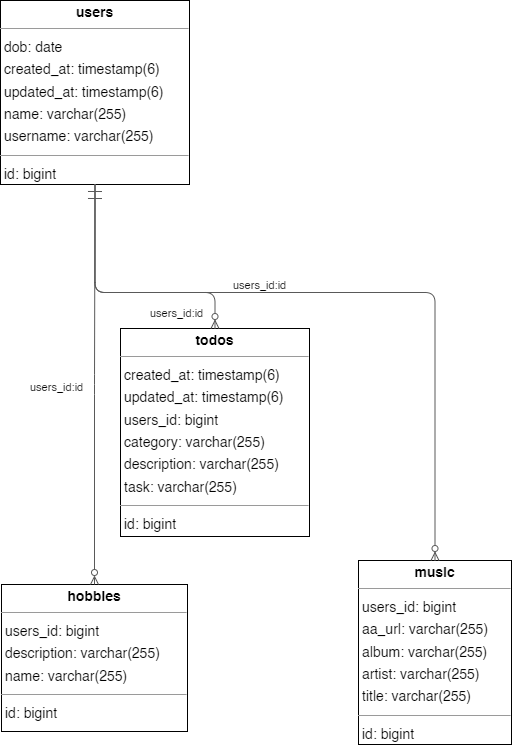
Before: personal-website-frontend/src/assets/personalwebsite@localhost.drawio.png, a diagram exported from draw.io (krispybataa/personal-website). Source tidied: cells renumbered, new cells last; positions are measured from the earlier drawing's top-left corner, leaving out a move shared by most shapes.
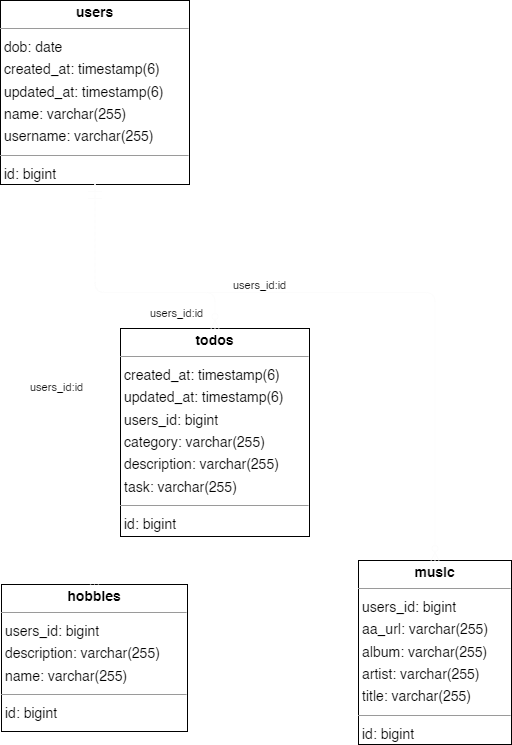
Above is the later version.

Diff of the diagram source:
```diff
@@ -14,13 +14,13 @@
     <mxCell id="5" value="&lt;p style=&quot;margin:0px;margin-top:4px;text-align:center;&quot;&gt;&lt;b&gt;users&lt;/b&gt;&lt;/p&gt;&lt;hr size=&quot;1&quot;/&gt;&lt;p style=&quot;margin:0 0 0 4px;line-height:1.6;&quot;&gt; dob: date&lt;br/&gt; created_at: timestamp(6)&lt;br/&gt; updated_at: timestamp(6)&lt;br/&gt; name: varchar(255)&lt;br/&gt; username: varchar(255)&lt;/p&gt;&lt;hr size=&quot;1&quot;/&gt;&lt;p style=&quot;margin:0 0 0 4px;line-height:1.6;&quot;&gt; id: bigint&lt;/p&gt;" style="verticalAlign=top;align=left;overflow=fill;fontSize=14;fontFamily=Helvetica;html=1;rounded=0;shadow=0;comic=0;labelBackgroundColor=none;strokeWidth=1;" parent="1" vertex="1">
       <mxGeometry width="189" height="184" as="geometry" />
     </mxCell>
-    <mxCell id="6" style="html=1;rounded=1;edgeStyle=orthogonalEdgeStyle;dashed=0;startArrow=ERzeroToMany;endArrow=ERmandOne;endSize=12;strokeColor=#595959;exitX=0.500;exitY=0.000;exitDx=0;exitDy=0;entryX=0.500;entryY=1.000;entryDx=0;entryDy=0;endFill=0;startFill=0;" parent="1" edge="1" source="2" target="5">
+    <mxCell id="6" style="html=1;rounded=1;edgeStyle=orthogonalEdgeStyle;dashed=0;startArrow=ERzeroToMany;endArrow=ERmandOne;endSize=12;strokeColor=#FFFFFF;exitX=0.500;exitY=0.000;exitDx=0;exitDy=0;entryX=0.500;entryY=1.000;entryDx=0;entryDy=0;endFill=0;startFill=0;" parent="1" edge="1" source="2" target="5">
       <mxGeometry relative="1" as="geometry" />
     </mxCell>
     <mxCell id="7" value="users_id:id" style="edgeLabel;html=1;align=left;verticalAlign=top;strokeColor=default;" parent="6" vertex="1">
       <mxGeometry x="-87" y="269" as="geometry" />
     </mxCell>
-    <mxCell id="8" style="html=1;rounded=1;edgeStyle=orthogonalEdgeStyle;dashed=0;startArrow=ERzeroToMany;endArrow=ERmandOne;endSize=12;strokeColor=#595959;exitX=0.500;exitY=0.000;exitDx=0;exitDy=0;entryX=0.500;entryY=1.000;entryDx=0;entryDy=0;startFill=0;endFill=0;" parent="1" edge="1" source="3" target="5">
+    <mxCell id="8" style="html=1;rounded=1;edgeStyle=orthogonalEdgeStyle;dashed=0;startArrow=ERzeroToMany;endArrow=ERmandOne;endSize=12;strokeColor=#FCFCFC;exitX=0.500;exitY=0.000;exitDx=0;exitDy=0;entryX=0.500;entryY=1.000;entryDx=0;entryDy=0;startFill=0;endFill=0;" parent="1" edge="1" source="3" target="5">
       <mxGeometry relative="1" as="geometry">
         <Array as="points">
           <mxPoint x="434" y="292" />
@@ -31,7 +31,7 @@
     <mxCell id="9" value="users_id:id" style="edgeLabel;html=1;align=left;verticalAlign=top;strokeColor=default;" parent="8" vertex="1">
       <mxGeometry x="116" y="167" as="geometry" />
     </mxCell>
-    <mxCell id="10" style="html=1;rounded=1;edgeStyle=orthogonalEdgeStyle;dashed=0;startArrow=ERzeroToMany;endArrow=ERmandOne;endSize=12;strokeColor=#595959;exitX=0.500;exitY=0.000;exitDx=0;exitDy=0;entryX=0.500;entryY=1.000;entryDx=0;entryDy=0;endFill=0;startFill=0;" parent="1" edge="1" source="4" target="5">
+    <mxCell id="10" style="html=1;rounded=1;edgeStyle=orthogonalEdgeStyle;dashed=0;startArrow=ERzeroToMany;endArrow=ERmandOne;endSize=12;strokeColor=#FCFCFC;exitX=0.500;exitY=0.000;exitDx=0;exitDy=0;entryX=0.500;entryY=1.000;entryDx=0;entryDy=0;endFill=0;startFill=0;" parent="1" edge="1" source="4" target="5">
       <mxGeometry relative="1" as="geometry">
         <Array as="points">
           <mxPoint x="214" y="292" />
```
